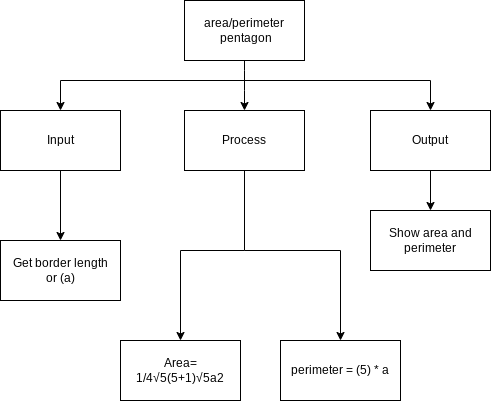
Before: design/top_down.png, a diagram exported from draw.io (Emmanuel-Fofeyin/ICS3U-assignment1-Python). Source tidied: cells renumbered, new cells last; positions are measured from the earlier drawing's top-left corner, leaving out a move shared by most shapes.
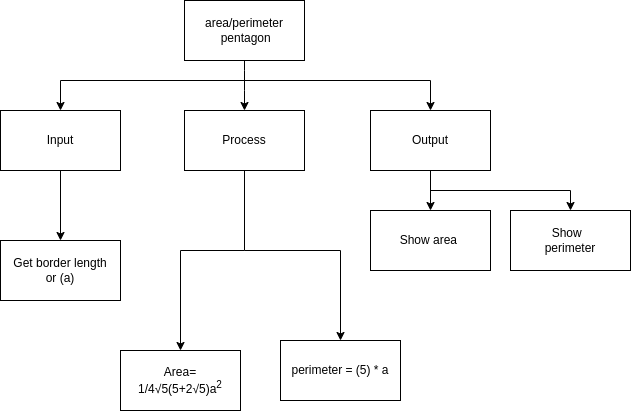
Later version of the same file.

Change to the diagram source:
```diff
@@ -51,10 +51,10 @@
     <mxCell id="12" value="perimeter = (5) * a" style="rounded=0;whiteSpace=wrap;html=1;" parent="1" vertex="1">
       <mxGeometry x="280" y="340" width="120" height="60" as="geometry" />
     </mxCell>
-    <mxCell id="13" value="Show area and perimeter" style="rounded=0;whiteSpace=wrap;html=1;" parent="1" vertex="1">
+    <mxCell id="13" value="Show area&amp;nbsp;" style="rounded=0;whiteSpace=wrap;html=1;" parent="1" vertex="1">
       <mxGeometry x="370" y="210" width="120" height="60" as="geometry" />
     </mxCell>
-    <mxCell id="14" style="edgeStyle=orthogonalEdgeStyle;html=1;entryX=0.5;entryY=0;entryDx=0;entryDy=0;rounded=0;" parent="1" edge="1" target="16">
+    <mxCell id="14" style="edgeStyle=orthogonalEdgeStyle;html=1;entryX=0.5;entryY=0;entryDx=0;entryDy=0;rounded=0;" parent="1" edge="1" target="17">
       <mxGeometry relative="1" as="geometry">
         <mxPoint x="244" y="250" as="sourcePoint" />
         <Array as="points">
@@ -65,8 +65,19 @@
     <mxCell id="15" value="Get border length or&amp;nbsp;(a)" style="rounded=0;whiteSpace=wrap;html=1;" parent="1" vertex="1">
       <mxGeometry y="240" width="120" height="60" as="geometry" />
     </mxCell>
-    <mxCell id="16" value="Area=&lt;br&gt;1/4√5(5+1)√5a2" style="rounded=0;whiteSpace=wrap;html=1;" parent="1" vertex="1">
-      <mxGeometry x="120" y="340" width="120" height="60" as="geometry" />
-    </mxCell>
+    <mxCell id="17" value="&lt;div&gt;Area=&lt;/div&gt;&lt;div&gt;1/4√5(5+2√5)a&lt;sup&gt;2&lt;/sup&gt;&lt;/div&gt;" style="rounded=0;whiteSpace=wrap;html=1;" parent="1" vertex="1">
+      <mxGeometry x="120" y="350" width="120" height="60" as="geometry" />
+    </mxCell>
+    <mxCell id="18" value="Show&amp;nbsp; &lt;br&gt;perimeter" style="rounded=0;whiteSpace=wrap;html=1;" parent="1" vertex="1">
+      <mxGeometry x="510" y="210" width="120" height="60" as="geometry" />
+    </mxCell>
+    <mxCell id="19" style="edgeStyle=none;html=1;entryX=0.5;entryY=0;entryDx=0;entryDy=0;rounded=0;" parent="1" edge="1" target="18">
+      <mxGeometry relative="1" as="geometry">
+        <mxPoint x="430" y="190" as="sourcePoint" />
+        <Array as="points">
+          <mxPoint x="570" y="190" />
+        </Array>
+      </mxGeometry>
+    </mxCell>
   </root>
 </mxGraphModel>
```
